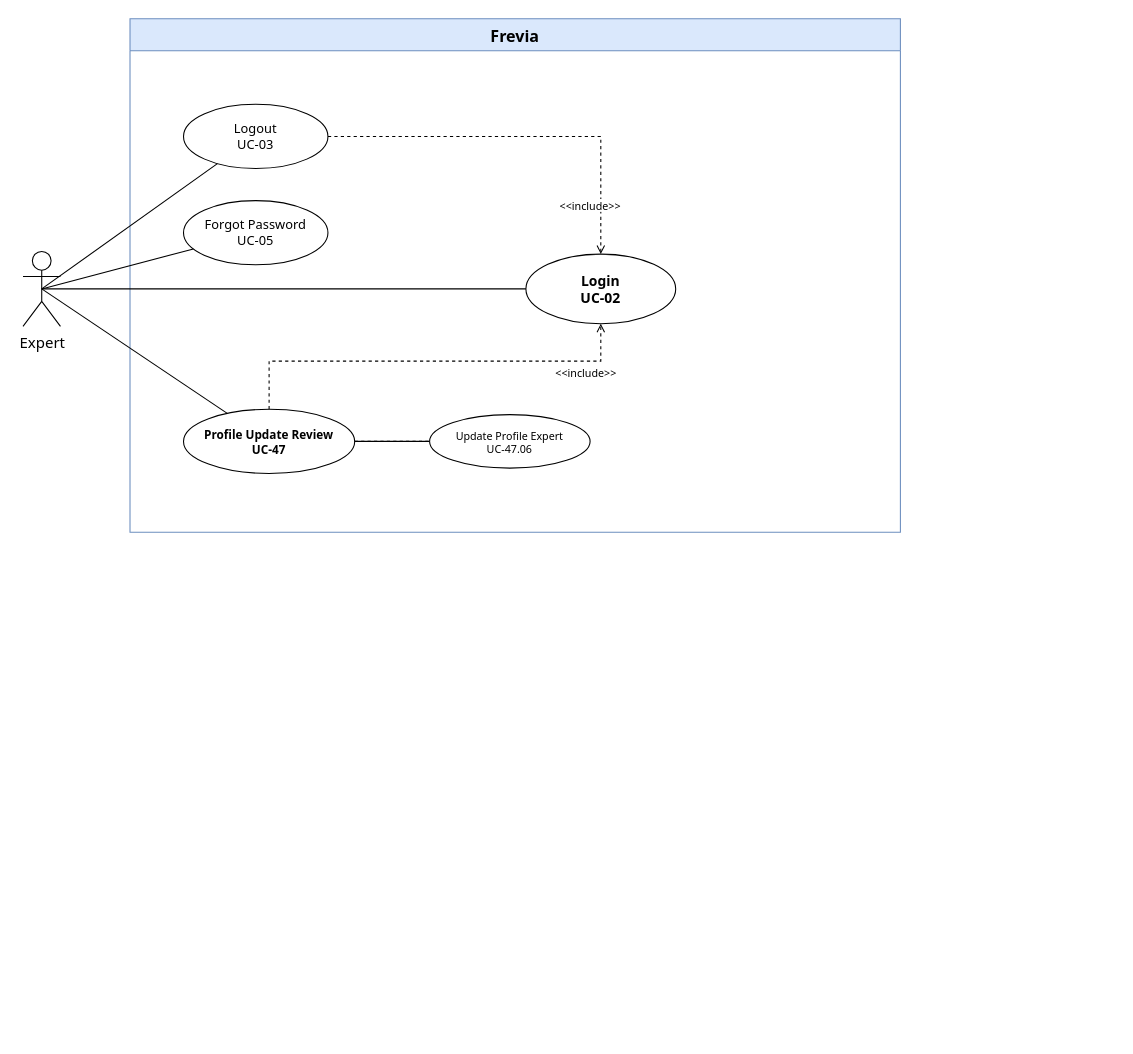
Above: uc-diagrams/Expert.drawio in Thunggg/Frevia (draw.io), before the change. Source tidied: cells renumbered, new cells numbered last; positions are measured from the earlier drawing's top-left corner, leaving out a move shared by most shapes. Both pictures are drawn from the tidied source at 107%, with x=0, y=0 at pixel (22, 18).
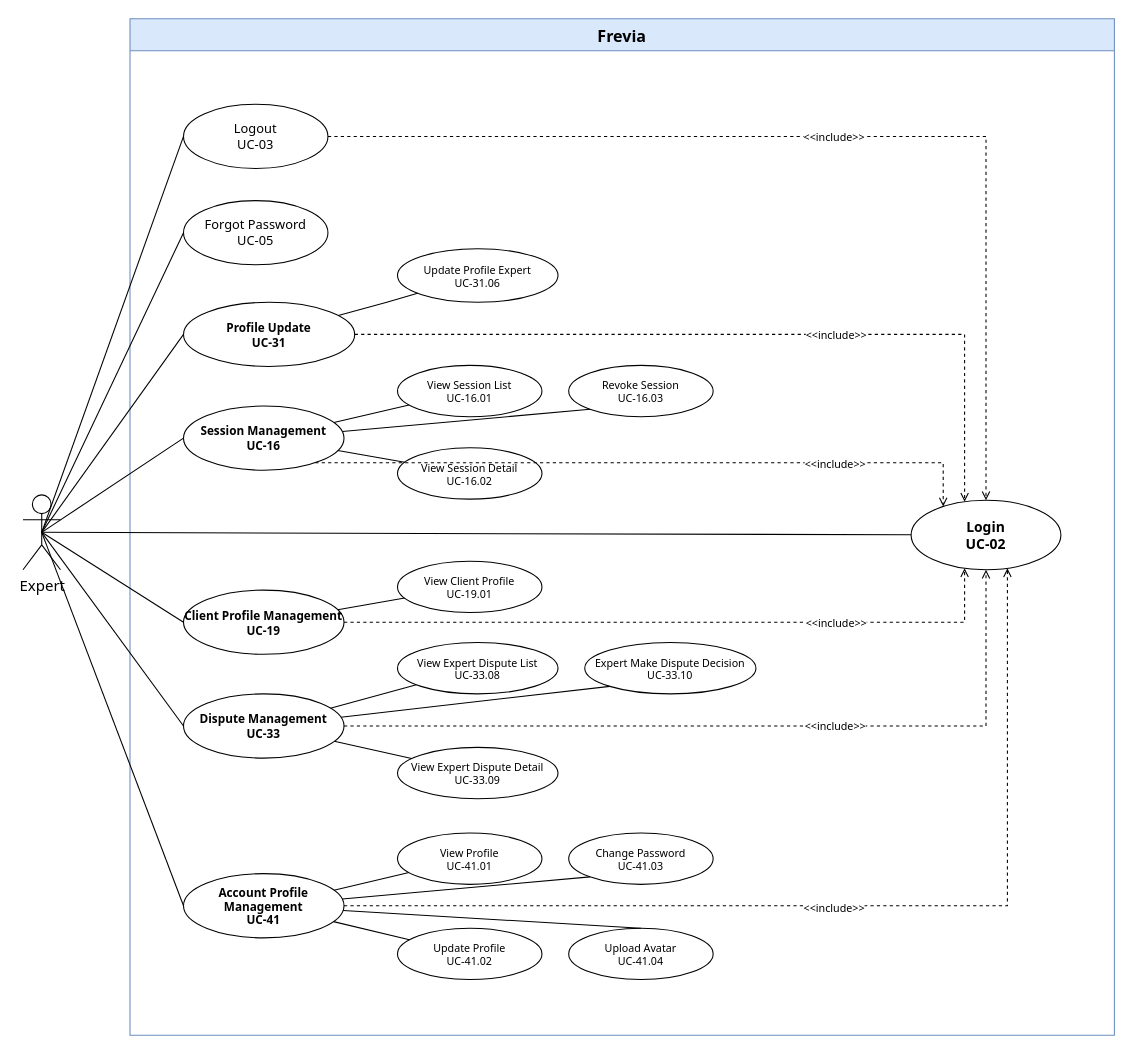
The same page after the edit.

The change refers to these unchanged cells:
```xml
<mxCell id="3" value="Logout&#10;UC-03" style="ellipse;whiteSpace=wrap;html=1;fontSize=12;fontFamily=Tahoma;fontStyle=0;fillColor=#ffffff;strokeColor=#000000;" parent="2" vertex="1">
  <mxGeometry x="50" y="80" width="135" height="60" as="geometry" />
</mxCell>
<mxCell id="5" value="Forgot Password&#10;UC-05" style="ellipse;whiteSpace=wrap;html=1;fontSize=12;fontFamily=Tahoma;fontStyle=0;fillColor=#ffffff;strokeColor=#000000;" parent="2" vertex="1">
  <mxGeometry x="50" y="170" width="135" height="60" as="geometry" />
</mxCell>
```

The edit, as a diff of the source:
```diff
@@
     <mxCell id="2" value="Frevia" style="swimlane;whiteSpace=wrap;html=1;startSize=30;fontSize=15;fontFamily=Tahoma;fontStyle=1;fillColor=#dae8fc;strokeColor=#6c8ebf;" parent="1" vertex="1">
-      <mxGeometry x="100" width="720" height="480" as="geometry" />
+      <mxGeometry x="100" width="920" height="950" as="geometry" />
     </mxCell>
@@
     <mxCell id="4" value="Login&#10;UC-02" style="ellipse;whiteSpace=wrap;html=1;fontSize=13;fontFamily=Tahoma;fontStyle=1;fillColor=#ffffff;strokeColor=#000000;" parent="2" vertex="1">
-      <mxGeometry x="370" y="220" width="140" height="65" as="geometry" />
+      <mxGeometry x="730" y="450" width="140" height="65" as="geometry" />
     </mxCell>
@@
-    <mxCell id="6" value="Profile Update Review&#10;UC-47" style="ellipse;whiteSpace=wrap;html=1;fontSize=11;fontFamily=Tahoma;fontStyle=1;fillColor=#ffffff;strokeColor=#000000;" parent="2" vertex="1">
-      <mxGeometry x="50" y="365" width="160" height="60" as="geometry" />
+    <mxCell id="6" value="Profile Update&#10;UC-31" style="ellipse;whiteSpace=wrap;html=1;fontSize=11;fontFamily=Tahoma;fontStyle=1;fillColor=#ffffff;strokeColor=#000000;" parent="2" vertex="1">
+      <mxGeometry x="50" y="265" width="160" height="60" as="geometry" />
     </mxCell>
     <mxCell id="7" value="&amp;lt;&amp;lt;include&amp;gt;&amp;gt;" style="edgeStyle=orthogonalEdgeStyle;rounded=0;endArrow=open;dashed=1;html=1;strokeColor=#000000;fontSize=10;fontFamily=Tahoma;labelBackgroundColor=#ffffff;align=center;verticalAlign=middle;" parent="2" edge="1" source="6" target="4">
-      <mxGeometry x="0.75" y="-10" relative="1" as="geometry">
+      <mxGeometry x="0.24" relative="1" as="geometry">
         <Array as="points">
-          <mxPoint x="130" y="320" />
-          <mxPoint x="440" y="320" />
+          <mxPoint x="780" y="295" />
         </Array>
       </mxGeometry>
     </mxCell>
+    <mxCell id="17" value="Session Management&#10;UC-16" style="ellipse;whiteSpace=wrap;html=1;fontSize=11;fontFamily=Tahoma;fontStyle=1;fillColor=#ffffff;strokeColor=#000000;" parent="2" vertex="1">
+      <mxGeometry x="50" y="362" width="150" height="60" as="geometry" />
+    </mxCell>
+    <mxCell id="18" value="View Session List&#10;UC-16.01" style="ellipse;whiteSpace=wrap;html=1;fontSize=10;fontFamily=Tahoma;fillColor=#ffffff;strokeColor=#000000;" parent="2" vertex="1">
+      <mxGeometry x="250" y="324" width="135" height="48" as="geometry" />
+    </mxCell>
+    <mxCell id="19" value="View Session Detail&#10;UC-16.02" style="ellipse;whiteSpace=wrap;html=1;fontSize=10;fontFamily=Tahoma;fillColor=#ffffff;strokeColor=#000000;" parent="2" vertex="1">
+      <mxGeometry x="250" y="401" width="135" height="48" as="geometry" />
+    </mxCell>
+    <mxCell id="20" value="Revoke Session&#10;UC-16.03" style="ellipse;whiteSpace=wrap;html=1;fontSize=10;fontFamily=Tahoma;fillColor=#ffffff;strokeColor=#000000;" parent="2" vertex="1">
+      <mxGeometry x="410" y="324" width="135" height="48" as="geometry" />
+    </mxCell>
+    <mxCell id="21" value="Client Profile Management&#10;UC-19" style="ellipse;whiteSpace=wrap;html=1;fontSize=11;fontFamily=Tahoma;fontStyle=1;fillColor=#ffffff;strokeColor=#000000;" parent="2" vertex="1">
+      <mxGeometry x="50" y="534" width="150" height="60" as="geometry" />
+    </mxCell>
+    <mxCell id="22" value="View Client Profile&#10;UC-19.01" style="ellipse;whiteSpace=wrap;html=1;fontSize=10;fontFamily=Tahoma;fillColor=#ffffff;strokeColor=#000000;" parent="2" vertex="1">
+      <mxGeometry x="250" y="507" width="135" height="48" as="geometry" />
+    </mxCell>
+    <mxCell id="23" value="Dispute Management&#10;UC-33" style="ellipse;whiteSpace=wrap;html=1;fontSize=11;fontFamily=Tahoma;fontStyle=1;fillColor=#ffffff;strokeColor=#000000;" parent="2" vertex="1">
+      <mxGeometry x="50" y="631" width="150" height="60" as="geometry" />
+    </mxCell>
+    <mxCell id="24" value="View Expert Dispute List&#10;UC-33.08" style="ellipse;whiteSpace=wrap;html=1;fontSize=10;fontFamily=Tahoma;fillColor=#ffffff;strokeColor=#000000;" parent="2" vertex="1">
+      <mxGeometry x="250" y="583" width="150" height="48" as="geometry" />
+    </mxCell>
+    <mxCell id="25" value="View Expert Dispute Detail&#10;UC-33.09" style="ellipse;whiteSpace=wrap;html=1;fontSize=10;fontFamily=Tahoma;fillColor=#ffffff;strokeColor=#000000;" parent="2" vertex="1">
+      <mxGeometry x="250" y="681" width="150" height="48" as="geometry" />
+    </mxCell>
+    <mxCell id="26" value="Expert Make Dispute Decision&#10;UC-33.10" style="ellipse;whiteSpace=wrap;html=1;fontSize=10;fontFamily=Tahoma;fillColor=#ffffff;strokeColor=#000000;" parent="2" vertex="1">
+      <mxGeometry x="425" y="583" width="160" height="48" as="geometry" />
+    </mxCell>
+    <mxCell id="27" value="Account Profile Management&#10;UC-41" style="ellipse;whiteSpace=wrap;html=1;fontSize=11;fontFamily=Tahoma;fontStyle=1;fillColor=#ffffff;strokeColor=#000000;" parent="2" vertex="1">
+      <mxGeometry x="50" y="799" width="150" height="60" as="geometry" />
+    </mxCell>
+    <mxCell id="28" value="View Profile&#10;UC-41.01" style="ellipse;whiteSpace=wrap;html=1;fontSize=10;fontFamily=Tahoma;fillColor=#ffffff;strokeColor=#000000;" parent="2" vertex="1">
+      <mxGeometry x="250" y="761" width="135" height="48" as="geometry" />
+    </mxCell>
+    <mxCell id="29" value="Update Profile&#10;UC-41.02" style="ellipse;whiteSpace=wrap;html=1;fontSize=10;fontFamily=Tahoma;fillColor=#ffffff;strokeColor=#000000;" parent="2" vertex="1">
+      <mxGeometry x="250" y="850" width="135" height="48" as="geometry" />
+    </mxCell>
+    <mxCell id="30" value="Change Password&#10;UC-41.03" style="ellipse;whiteSpace=wrap;html=1;fontSize=10;fontFamily=Tahoma;fillColor=#ffffff;strokeColor=#000000;" parent="2" vertex="1">
+      <mxGeometry x="410" y="761" width="135" height="48" as="geometry" />
+    </mxCell>
+    <mxCell id="31" value="Upload Avatar&#10;UC-41.04" style="ellipse;whiteSpace=wrap;html=1;fontSize=10;fontFamily=Tahoma;fillColor=#ffffff;strokeColor=#000000;" parent="2" vertex="1">
+      <mxGeometry x="410" y="850" width="135" height="48" as="geometry" />
+    </mxCell>
+    <mxCell id="15" value="Update Profile Expert&#10;UC-31.06" style="ellipse;whiteSpace=wrap;html=1;fontSize=10;fontFamily=Tahoma;fillColor=#ffffff;strokeColor=#000000;" parent="2" vertex="1">
+      <mxGeometry x="250" y="215" width="150" height="50" as="geometry" />
+    </mxCell>
+    <mxCell id="14" style="endArrow=none;html=1;rounded=0;fontFamily=Tahoma;fontSize=13;" parent="2" edge="1" source="6" target="15">
+      <mxGeometry relative="1" as="geometry">
+        <Array as="points">
+          <mxPoint x="240" y="265" />
+        </Array>
+      </mxGeometry>
+    </mxCell>
     <mxCell id="8" value="Expert" style="shape=umlActor;verticalLabelPosition=bottom;verticalAlign=top;html=1;outlineConnect=0;fontSize=14;fontFamily=Tahoma;" parent="1" vertex="1">
-      <mxGeometry y="217.5" width="35" height="70" as="geometry" />
+      <mxGeometry y="445" width="35" height="70" as="geometry" />
     </mxCell>
-    <mxCell id="9" style="endArrow=none;html=1;rounded=0;fontFamily=Tahoma;fontSize=13;exitX=0.5;exitY=0.5;exitDx=0;exitDy=0;exitPerimeter=0;" parent="1" edge="1" source="8" target="3">
+    <mxCell id="9" style="endArrow=none;html=1;rounded=0;fontFamily=Tahoma;fontSize=13;exitX=0.5;exitY=0.5;exitDx=0;exitDy=0;exitPerimeter=0;entryX=0;entryY=0.5;entryDx=0;entryDy=0;" parent="1" edge="1" source="8" target="3">
       <mxGeometry relative="1" as="geometry" />
     </mxCell>
@@
     <mxCell id="11" value="&amp;lt;&amp;lt;include&amp;gt;&amp;gt;" style="edgeStyle=orthogonalEdgeStyle;rounded=0;endArrow=open;dashed=1;html=1;strokeColor=#000000;fontSize=10;fontFamily=Tahoma;labelBackgroundColor=#ffffff;align=center;verticalAlign=middle;" parent="1" edge="1" source="3" target="4">
-      <mxGeometry x="0.75" y="-10" relative="1" as="geometry" />
+      <mxGeometry x="-0.01" relative="1" as="geometry" />
     </mxCell>
-    <mxCell id="12" style="endArrow=none;html=1;rounded=0;fontFamily=Tahoma;fontSize=13;exitX=0.5;exitY=0.5;exitDx=0;exitDy=0;exitPerimeter=0;" parent="1" edge="1" source="8" target="5">
+    <mxCell id="12" style="endArrow=none;html=1;rounded=0;fontFamily=Tahoma;fontSize=13;exitX=0.5;exitY=0.5;exitDx=0;exitDy=0;exitPerimeter=0;entryX=0;entryY=0.5;entryDx=0;entryDy=0;" parent="1" edge="1" source="8" target="5">
       <mxGeometry relative="1" as="geometry" />
     </mxCell>
-    <mxCell id="13" style="endArrow=none;html=1;rounded=0;fontFamily=Tahoma;fontSize=13;exitX=0.5;exitY=0.5;exitDx=0;exitDy=0;exitPerimeter=0;" parent="1" edge="1" source="8" target="6">
+    <mxCell id="13" style="endArrow=none;html=1;rounded=0;fontFamily=Tahoma;fontSize=13;exitX=0.5;exitY=0.5;exitDx=0;exitDy=0;exitPerimeter=0;entryX=0;entryY=0.5;entryDx=0;entryDy=0;" parent="1" edge="1" source="8" target="6">
       <mxGeometry relative="1" as="geometry" />
     </mxCell>
-    <mxCell id="14" style="endArrow=none;html=1;rounded=0;fontFamily=Tahoma;fontSize=13;" parent="1" edge="1" source="6" target="15">
-      <mxGeometry relative="1" as="geometry" />
-    </mxCell>
-    <mxCell id="15" value="Update Profile Expert&#10;UC-47.06" style="ellipse;whiteSpace=wrap;html=1;fontSize=10;fontFamily=Tahoma;fillColor=#ffffff;strokeColor=#000000;" parent="1" vertex="1">
-      <mxGeometry x="380" y="370" width="150" height="50" as="geometry" />
-    </mxCell>
-    <mxCell id="16" style="edgeStyle=orthogonalEdgeStyle;rounded=0;endArrow=none;dashed=1;html=1;strokeColor=#000000;fontSize=10;fontFamily=Tahoma;labelBackgroundColor=#ffffff;align=center;verticalAlign=middle;endFill=0;" parent="1" edge="1" source="6" target="15">
-      <mxGeometry x="0.75" y="-10" relative="1" as="geometry" />
-    </mxCell>
+    <mxCell id="32" style="endArrow=none;html=1;rounded=0;fontFamily=Tahoma;fontSize=13;entryX=0;entryY=0.5;entryDx=0;entryDy=0;exitX=0.5;exitY=0.5;exitDx=0;exitDy=0;exitPerimeter=0;" parent="1" edge="1" source="8" target="17">
+      <mxGeometry relative="1" as="geometry" />
+    </mxCell>
+    <mxCell id="33" value="&amp;lt;&amp;lt;include&amp;gt;&amp;gt;" style="edgeStyle=orthogonalEdgeStyle;rounded=0;endArrow=open;dashed=1;html=1;strokeColor=#000000;fontSize=10;fontFamily=Tahoma;labelBackgroundColor=#ffffff;align=center;verticalAlign=middle;" parent="1" edge="1" source="17" target="4">
+      <mxGeometry x="0.55" relative="1" as="geometry">
+        <Array as="points">
+          <mxPoint x="860" y="415" />
+        </Array>
+      </mxGeometry>
+    </mxCell>
+    <mxCell id="34" style="endArrow=none;html=1;rounded=0;fontFamily=Tahoma;fontSize=13;" parent="1" edge="1" source="17" target="18">
+      <mxGeometry relative="1" as="geometry" />
+    </mxCell>
+    <mxCell id="35" style="endArrow=none;html=1;rounded=0;fontFamily=Tahoma;fontSize=13;" parent="1" edge="1" source="17" target="19">
+      <mxGeometry relative="1" as="geometry" />
+    </mxCell>
+    <mxCell id="36" style="endArrow=none;html=1;rounded=0;fontFamily=Tahoma;fontSize=13;entryX=0;entryY=1;entryDx=0;entryDy=0;" parent="1" edge="1" source="17" target="20">
+      <mxGeometry relative="1" as="geometry" />
+    </mxCell>
+    <mxCell id="37" style="endArrow=none;html=1;rounded=0;fontFamily=Tahoma;fontSize=13;entryX=0;entryY=0.5;entryDx=0;entryDy=0;exitX=0.5;exitY=0.5;exitDx=0;exitDy=0;exitPerimeter=0;" parent="1" edge="1" source="8" target="21">
+      <mxGeometry relative="1" as="geometry" />
+    </mxCell>
+    <mxCell id="38" value="&amp;lt;&amp;lt;include&amp;gt;&amp;gt;" style="edgeStyle=orthogonalEdgeStyle;rounded=0;endArrow=open;dashed=1;html=1;strokeColor=#000000;fontSize=10;fontFamily=Tahoma;labelBackgroundColor=#ffffff;align=center;verticalAlign=middle;" parent="1" edge="1" source="21" target="4">
+      <mxGeometry x="0.46" relative="1" as="geometry">
+        <Array as="points">
+          <mxPoint x="880" y="564" />
+        </Array>
+      </mxGeometry>
+    </mxCell>
+    <mxCell id="39" style="endArrow=none;html=1;rounded=0;fontFamily=Tahoma;fontSize=13;" parent="1" edge="1" source="21" target="22">
+      <mxGeometry relative="1" as="geometry" />
+    </mxCell>
+    <mxCell id="40" style="endArrow=none;html=1;rounded=0;fontFamily=Tahoma;fontSize=13;entryX=0;entryY=0.5;entryDx=0;entryDy=0;exitX=0.5;exitY=0.5;exitDx=0;exitDy=0;exitPerimeter=0;" parent="1" edge="1" source="8" target="23">
+      <mxGeometry relative="1" as="geometry" />
+    </mxCell>
+    <mxCell id="41" value="&amp;lt;&amp;lt;include&amp;gt;&amp;gt;" style="edgeStyle=orthogonalEdgeStyle;rounded=0;endArrow=open;dashed=1;html=1;strokeColor=#000000;fontSize=10;fontFamily=Tahoma;labelBackgroundColor=#ffffff;align=center;verticalAlign=middle;" parent="1" edge="1" source="23" target="4">
+      <mxGeometry x="0.23" y="1" relative="1" as="geometry" />
+    </mxCell>
+    <mxCell id="42" style="endArrow=none;html=1;rounded=0;fontFamily=Tahoma;fontSize=13;" parent="1" edge="1" source="23" target="24">
+      <mxGeometry relative="1" as="geometry" />
+    </mxCell>
+    <mxCell id="43" style="endArrow=none;html=1;rounded=0;fontFamily=Tahoma;fontSize=13;" parent="1" edge="1" source="23" target="25">
+      <mxGeometry relative="1" as="geometry" />
+    </mxCell>
+    <mxCell id="44" style="endArrow=none;html=1;rounded=0;fontFamily=Tahoma;fontSize=13;entryX=0;entryY=1;entryDx=0;entryDy=0;" parent="1" edge="1" source="23" target="26">
+      <mxGeometry relative="1" as="geometry" />
+    </mxCell>
+    <mxCell id="45" style="endArrow=none;html=1;rounded=0;fontFamily=Tahoma;fontSize=13;entryX=0;entryY=0.5;entryDx=0;entryDy=0;exitX=0.5;exitY=0.5;exitDx=0;exitDy=0;exitPerimeter=0;" parent="1" edge="1" source="8" target="27">
+      <mxGeometry relative="1" as="geometry" />
+    </mxCell>
+    <mxCell id="46" value="&amp;lt;&amp;lt;include&amp;gt;&amp;gt;" style="edgeStyle=orthogonalEdgeStyle;rounded=0;endArrow=open;dashed=1;html=1;strokeColor=#000000;fontSize=10;fontFamily=Tahoma;labelBackgroundColor=#ffffff;align=center;verticalAlign=middle;" parent="1" edge="1" source="27" target="4">
+      <mxGeometry x="-0.02" y="-1" relative="1" as="geometry">
+        <Array as="points">
+          <mxPoint x="920" y="829" />
+        </Array>
+      </mxGeometry>
+    </mxCell>
+    <mxCell id="47" style="endArrow=none;html=1;rounded=0;fontFamily=Tahoma;fontSize=13;" parent="1" edge="1" source="27" target="28">
+      <mxGeometry relative="1" as="geometry" />
+    </mxCell>
+    <mxCell id="48" style="endArrow=none;html=1;rounded=0;fontFamily=Tahoma;fontSize=13;" parent="1" edge="1" source="27" target="29">
+      <mxGeometry relative="1" as="geometry" />
+    </mxCell>
+    <mxCell id="49" style="endArrow=none;html=1;rounded=0;fontFamily=Tahoma;fontSize=13;entryX=0;entryY=1;entryDx=0;entryDy=0;" parent="1" edge="1" source="27" target="30">
+      <mxGeometry relative="1" as="geometry" />
+    </mxCell>
+    <mxCell id="50" style="endArrow=none;html=1;rounded=0;fontFamily=Tahoma;fontSize=13;entryX=0.5;entryY=0;entryDx=0;entryDy=0;" parent="1" edge="1" source="27" target="31">
+      <mxGeometry relative="1" as="geometry" />
+    </mxCell>
```
